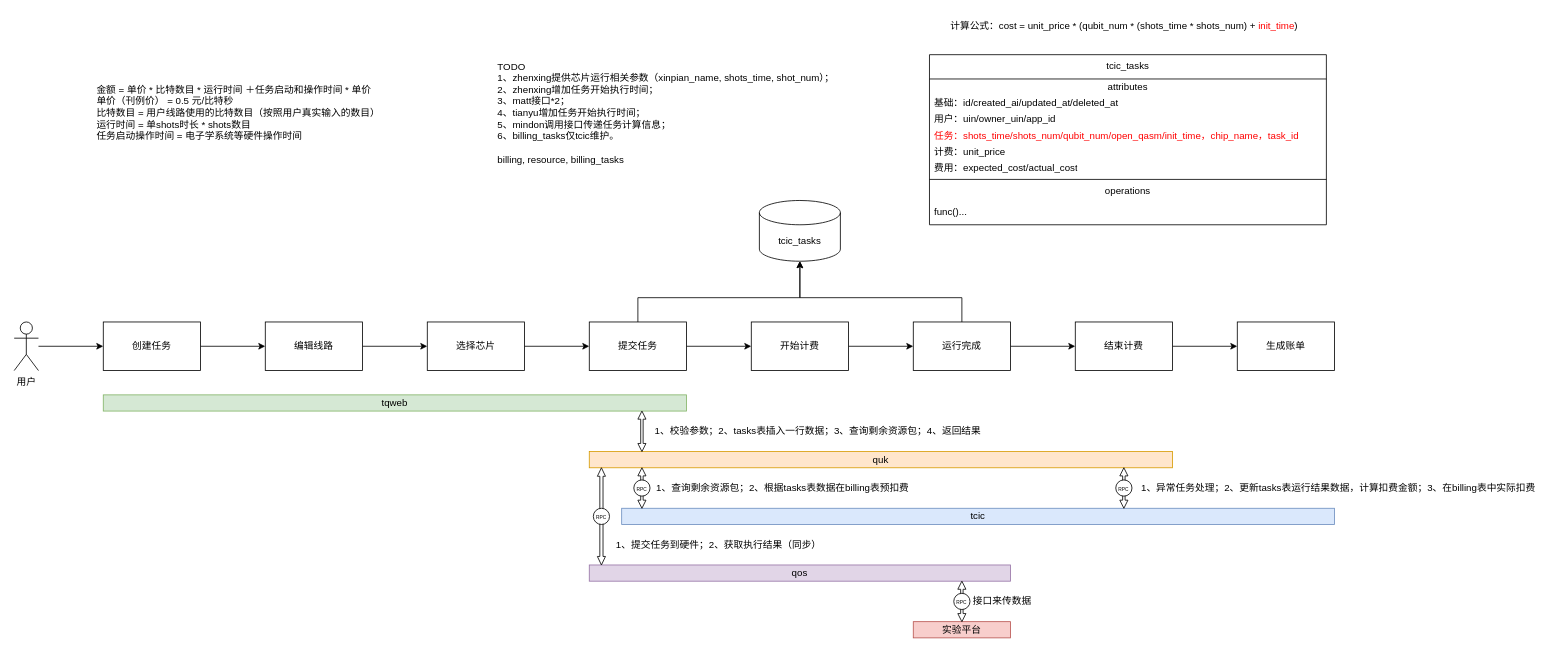
Earlier version of the draw.io diagram page "数据流相关" (2 of 2) of draft/project-2/未命名绘图.drawio (mattshhuang/draw-io). Source tidied: cells renumbered, new cells numbered last; positions are measured from the earlier drawing's top-left corner, leaving out a move shared by most shapes. Both pictures are drawn from the tidied source at 81%, with x=0, y=0 at pixel (14, 14).
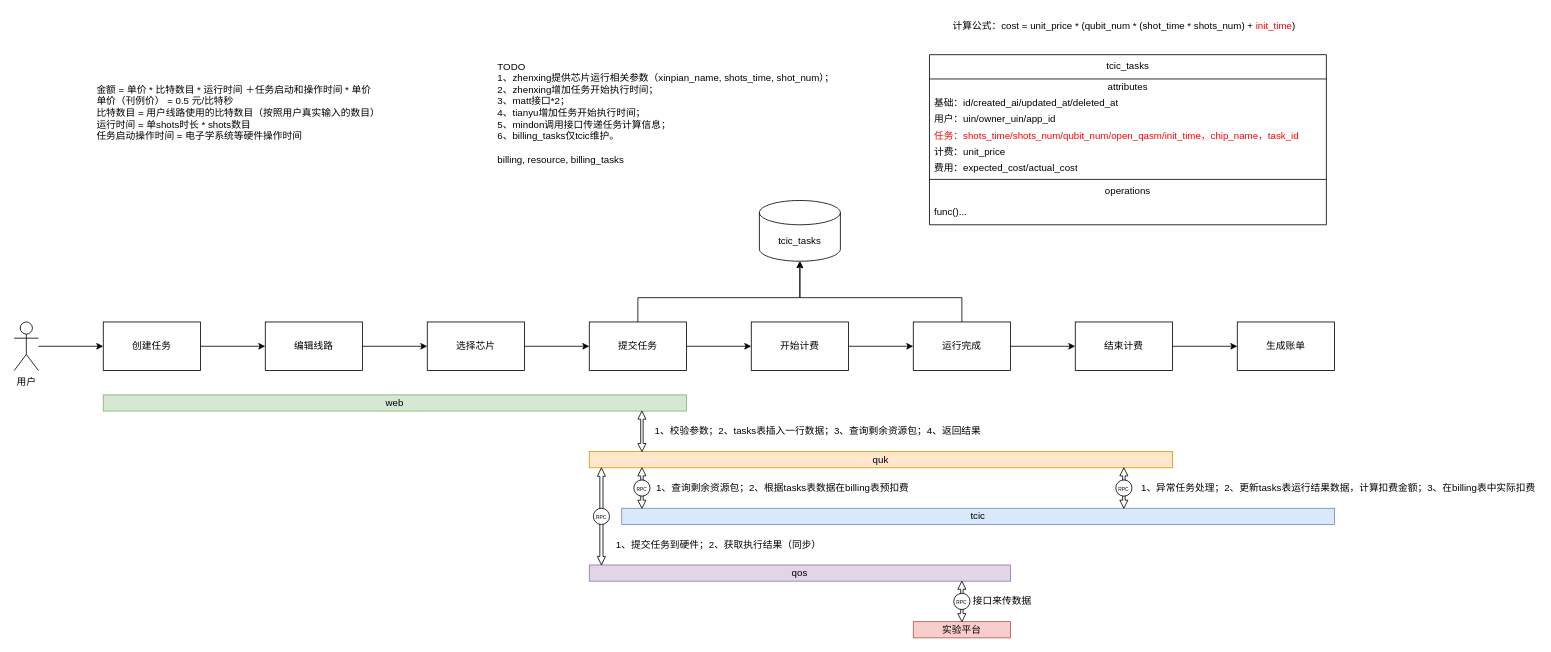
The same page after the edit.

The edit, as a diff of the source:
```diff
@@
-    <mxCell id="14" value="tqweb" style="rounded=0;whiteSpace=wrap;html=1;fillColor=#d5e8d4;strokeColor=#82b366;" parent="1" vertex="1">
+    <mxCell id="14" value="web" style="rounded=0;whiteSpace=wrap;html=1;fillColor=#d5e8d4;strokeColor=#82b366;" parent="1" vertex="1">
       <mxGeometry x="110" y="470" width="720" height="20" as="geometry" />
     </mxCell>
@@
-    <mxCell id="44" value="&lt;div&gt;计算公式：cost =&amp;nbsp;unit_price&amp;nbsp;* (qubit_num * (shots_time * shots_num) + &lt;font color=&quot;#ff0000&quot;&gt;init_time&lt;/font&gt;)&lt;/div&gt;" style="text;html=1;align=center;verticalAlign=middle;strokeColor=none;fillColor=none;" parent="1" vertex="1">
+    <mxCell id="44" value="&lt;div&gt;计算公式：cost =&amp;nbsp;unit_price&amp;nbsp;* (qubit_num * (shot_time * shots_num) + &lt;font color=&quot;#ff0000&quot;&gt;init_time&lt;/font&gt;)&lt;/div&gt;" style="text;html=1;align=center;verticalAlign=middle;strokeColor=none;fillColor=none;" parent="1" vertex="1">
       <mxGeometry x="1145" width="450" height="30" as="geometry" />
     </mxCell>
```
